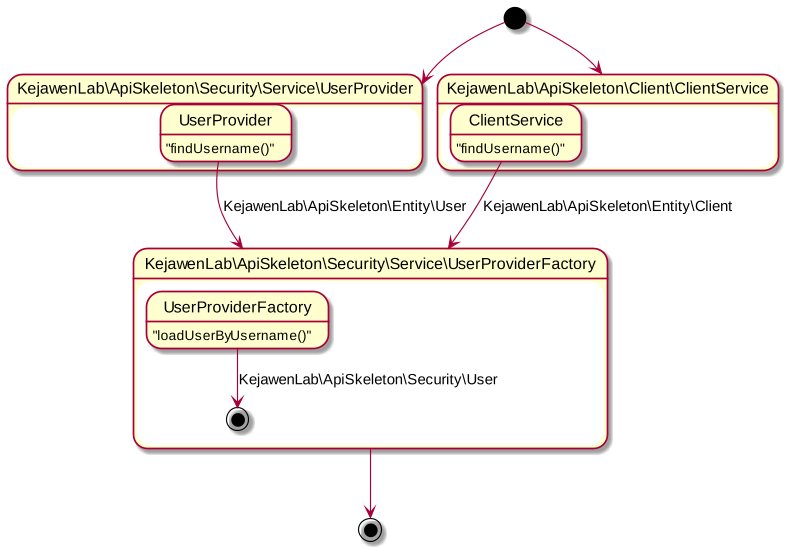
Before: doc/assets/user_state.png, a diagram exported from PlantUML (KejawenLab/SemartApiSkeleton).
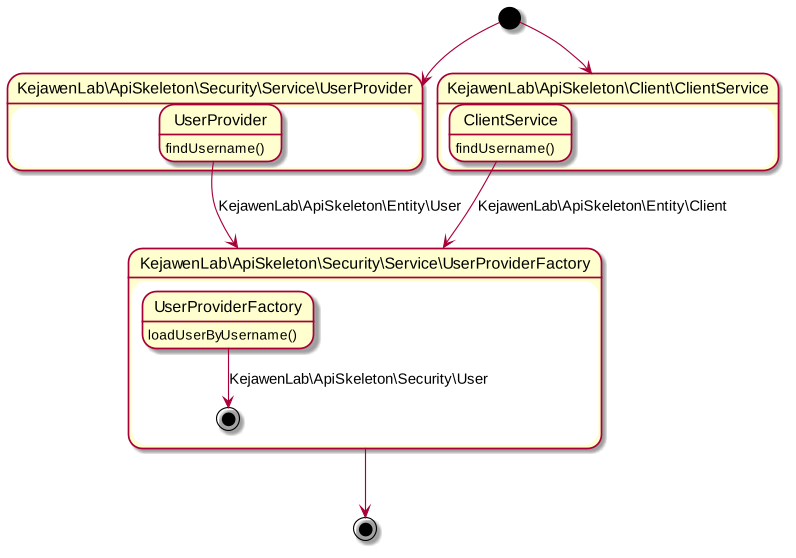
The same file after the commit.

The edit, as a diff of the source:
```diff
@@ -5,17 +5,17 @@
 [*] --> clientProvider
 
 state "KejawenLab\ApiSkeleton\Security\Service\UserProvider" as userProvider {
-  state UserProvider: "findUsername()"
+  state UserProvider: findUsername()
   UserProvider --> providerFactory: KejawenLab\ApiSkeleton\Entity\User
 }
 
 state "KejawenLab\ApiSkeleton\Client\ClientService" as clientProvider {
-  state ClientService: "findUsername()"
+  state ClientService: findUsername()
   ClientService --> providerFactory: KejawenLab\ApiSkeleton\Entity\Client
 }
 
 state "KejawenLab\ApiSkeleton\Security\Service\UserProviderFactory" as providerFactory {
-  state UserProviderFactory: "loadUserByUsername()"
+  state UserProviderFactory: loadUserByUsername()
   UserProviderFactory --> [*]: KejawenLab\ApiSkeleton\Security\User
 }
 
```
